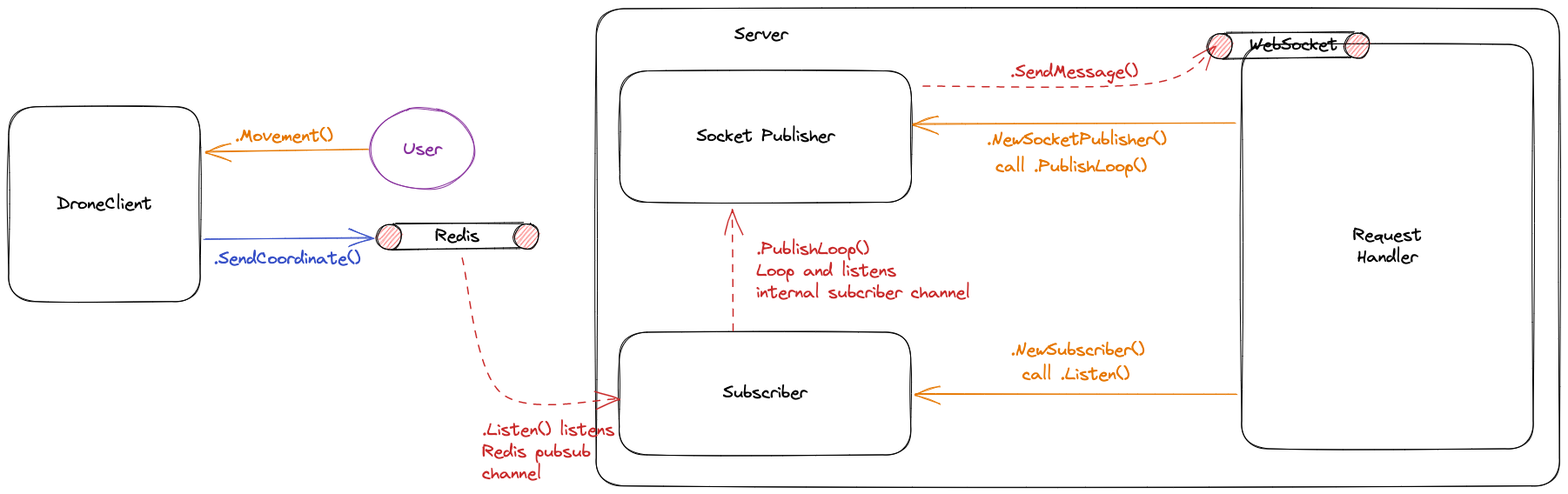
jasonkwh/droneshield-test keeps this Excalidraw diagram as doc/architecture.excalidraw.png. Above is the earlier version. Source tidied: one line per element, renumbered; positions are measured from the earlier drawing's top-left corner, leaving out a move shared by most shapes.
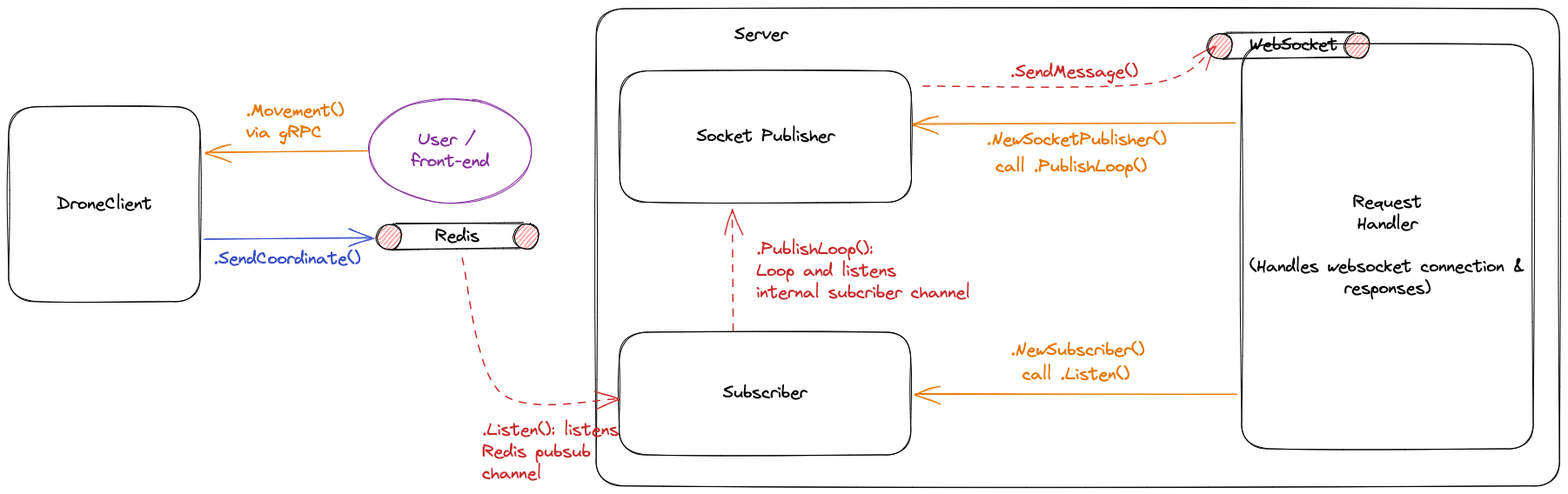
The same diagram one commit later.

Change to the diagram source:
```diff
@@ -7,12 +7,12 @@
 {"id": 6, "type": "text", "text": ".SendCoordinate()", "strokeColor": "#364fc7", "strokeWidth": 1, "roughness": 1, "fontSize": 20, "fontFamily": 1, "x": 236, "y": 275, "width": 169, "height": 25}
 {"id": 7, "type": "text", "text": "call .PublishLoop()", "strokeColor": "#e67700", "strokeWidth": 1, "roughness": 1, "fontSize": 20, "fontFamily": 1, "x": 1134, "y": 169, "width": 174, "height": 25}
 {"id": 8, "type": "text", "text": "call .Listen()", "strokeColor": "#e67700", "strokeWidth": 1, "roughness": 1, "fontSize": 20, "fontFamily": 1, "x": 1165, "y": 408, "width": 123, "height": 25}
-{"id": 9, "type": "arrow", "strokeColor": "#e67700", "strokeWidth": 1, "roughness": 1, "endArrowhead": "arrow", "round": true, "from": 13, "to": 0, "x": 414, "y": 161, "width": 188, "height": 4, "points": [[0, 0], [-188, 4]]}
+{"id": 9, "type": "arrow", "strokeColor": "#e67700", "strokeWidth": 1, "roughness": 1, "endArrowhead": "arrow", "round": true, "from": 13, "to": 0, "x": 412, "y": 163, "width": 187, "height": 3, "points": [[0, 0], [-187, 3]]}
 {"id": 10, "type": "text", "text": ".NewSubscriber()", "strokeColor": "#e67700", "strokeWidth": 1, "roughness": 1, "fontSize": 20, "fontFamily": 1, "x": 1151, "y": 380, "width": 154, "height": 25}
 {"id": 11, "type": "text", "text": ".SendMessage()", "strokeColor": "#c92a2a", "strokeWidth": 1, "roughness": 1, "fontSize": 20, "fontFamily": 1, "x": 1151, "y": 60, "width": 147, "height": 25}
-{"id": 12, "type": "text", "text": ".Movement()", "strokeColor": "#e67700", "strokeWidth": 1, "roughness": 1, "fontSize": 20, "fontFamily": 1, "x": 260, "y": 134, "width": 113, "height": 25}
+{"id": 12, "type": "text", "text": ".Movement()\nvia gRPC", "strokeColor": "#e67700", "strokeWidth": 1, "roughness": 1, "fontSize": 20, "fontFamily": 1, "x": 273, "y": 105, "width": 113, "height": 50}
-{"id": 13, "type": "ellipse", "strokeColor": "#862e9c", "strokeWidth": 1, "roughness": 1, "round": true, "x": 415, "y": 115, "width": 121, "height": 93}
+{"id": 13, "type": "ellipse", "strokeColor": "#862e9c", "strokeWidth": 1, "roughness": 1, "round": true, "x": 414, "y": 103, "width": 188, "height": 120}
-{"id": 14, "type": "text", "text": "User", "strokeColor": "#862e9c", "strokeWidth": 1, "roughness": 1, "fontSize": 20, "fontFamily": 1, "textAlign": "center", "verticalAlign": "middle", "inside": 13, "x": 453, "y": 149, "width": 45, "height": 25}
+{"id": 14, "type": "text", "text": "User / \nfront-end", "strokeColor": "#862e9c", "strokeWidth": 1, "roughness": 1, "fontSize": 20, "fontFamily": 1, "textAlign": "center", "verticalAlign": "middle", "inside": 13, "x": 463, "y": 138, "width": 90, "height": 50}
 {"id": 15, "type": "ellipse", "strokeColor": "#000000", "backgroundColor": "#fa5252", "fillStyle": "hachure", "strokeWidth": 1, "roughness": 1, "round": true, "x": 423, "y": 248, "width": 29, "height": 30}
 {"id": 16, "type": "line", "strokeColor": "#000000", "backgroundColor": "#fa5252", "fillStyle": "hachure", "strokeWidth": 1, "roughness": 1, "round": true, "x": 444, "y": 248, "width": 147, "height": 2, "points": [[0, 0], [147, -2]]}
 {"id": 17, "type": "line", "strokeColor": "#000000", "backgroundColor": "#fa5252", "fillStyle": "hachure", "strokeWidth": 1, "roughness": 1, "round": true, "x": 441, "y": 278, "width": 146, "height": 3, "points": [[0, 0], [146, -3]]}
@@ -24,7 +24,7 @@
 {"id": 23, "type": "text", "text": "Socket Publisher", "strokeColor": "#000000", "strokeWidth": 1, "roughness": 1, "fontSize": 19.89, "fontFamily": 1, "textAlign": "center", "verticalAlign": "middle", "inside": 22, "x": 790, "y": 135, "width": 159, "height": 25}
 {"id": 24, "type": "arrow", "strokeColor": "#c92a2a", "strokeWidth": 1, "strokeStyle": "dashed", "roughness": 1, "endArrowhead": "arrow", "round": true, "from": 3, "to": 22, "x": 832, "y": 369, "width": 1, "height": 139, "points": [[0, 0], [-1, -139]]}
 {"id": 25, "type": "rectangle", "strokeColor": "#000000", "strokeWidth": 1, "roughness": 1, "round": true, "x": 1417, "y": 41, "width": 335, "height": 465}
-{"id": 26, "type": "text", "text": "Request\nHandler", "strokeColor": "#000000", "strokeWidth": 1, "roughness": 1, "fontSize": 19.89, "fontFamily": 1, "textAlign": "center", "verticalAlign": "middle", "inside": 25, "x": 1545, "y": 249, "width": 79, "height": 50}
+{"id": 26, "type": "text", "text": "Request\nHandler\n\n(Handles websocket connection &\nresponses)", "strokeColor": "#000000", "strokeWidth": 1, "roughness": 1, "fontSize": 19.89, "fontFamily": 1, "textAlign": "center", "verticalAlign": "middle", "inside": 25, "x": 1426, "y": 211, "width": 317, "height": 124}
 {"id": 27, "type": "text", "text": ".NewSocketPublisher()", "strokeColor": "#e67700", "strokeWidth": 1, "roughness": 1, "fontSize": 20, "fontFamily": 1, "x": 1124, "y": 138, "width": 206, "height": 25}
 {"id": 28, "type": "arrow", "strokeColor": "#e67700", "strokeWidth": 1, "roughness": 1, "endArrowhead": "arrow", "round": true, "from": 25, "to": 22, "x": 1410, "y": 131, "width": 371, "height": 2, "points": [[0, 0], [-371, 2]]}
 {"id": 29, "type": "arrow", "strokeColor": "#e67700", "strokeWidth": 1, "roughness": 1, "endArrowhead": "arrow", "round": true, "from": 25, "to": 3, "x": 1412, "y": 443, "width": 371, "height": 1, "points": [[0, 0], [-371, 1]]}
@@ -34,5 +34,5 @@
 {"id": 33, "type": "line", "strokeColor": "#000000", "backgroundColor": "#fa5252", "fillStyle": "hachure", "strokeWidth": 1, "roughness": 1, "round": true, "x": 1396, "y": 58, "width": 146, "height": 3, "points": [[0, 0], [146, -3]]}
 {"id": 34, "type": "ellipse", "strokeColor": "#000000", "backgroundColor": "#fa5252", "fillStyle": "hachure", "strokeWidth": 1, "roughness": 1, "round": true, "x": 1535, "y": 28, "width": 29, "height": 30}
 {"id": 35, "type": "text", "text": "WebSocket", "strokeColor": "#000000", "strokeWidth": 1, "strokeStyle": "dashed", "roughness": 1, "fontSize": 20, "fontFamily": 1, "x": 1426, "y": 29, "width": 101, "height": 25}
-{"id": 36, "type": "text", "text": ".PublishLoop()\nLoop and listens\ninternal subcriber channel", "strokeColor": "#c92a2a", "strokeWidth": 1, "roughness": 1, "fontSize": 20, "fontFamily": 1, "x": 859, "y": 264, "width": 246, "height": 75}
+{"id": 36, "type": "text", "text": ".PublishLoop():\nLoop and listens\ninternal subcriber channel", "strokeColor": "#c92a2a", "strokeWidth": 1, "roughness": 1, "fontSize": 20, "fontFamily": 1, "x": 859, "y": 264, "width": 246, "height": 75}
-{"id": 37, "type": "text", "text": ".Listen() listens\nRedis pubsub \nchannel", "strokeColor": "#c92a2a", "strokeWidth": 1, "roughness": 1, "fontSize": 20, "fontFamily": 1, "x": 544, "y": 472, "width": 152, "height": 75}
+{"id": 37, "type": "text", "text": ".Listen(): listens\nRedis pubsub \nchannel", "strokeColor": "#c92a2a", "strokeWidth": 1, "roughness": 1, "fontSize": 20, "fontFamily": 1, "x": 544, "y": 472, "width": 157, "height": 75}
```
